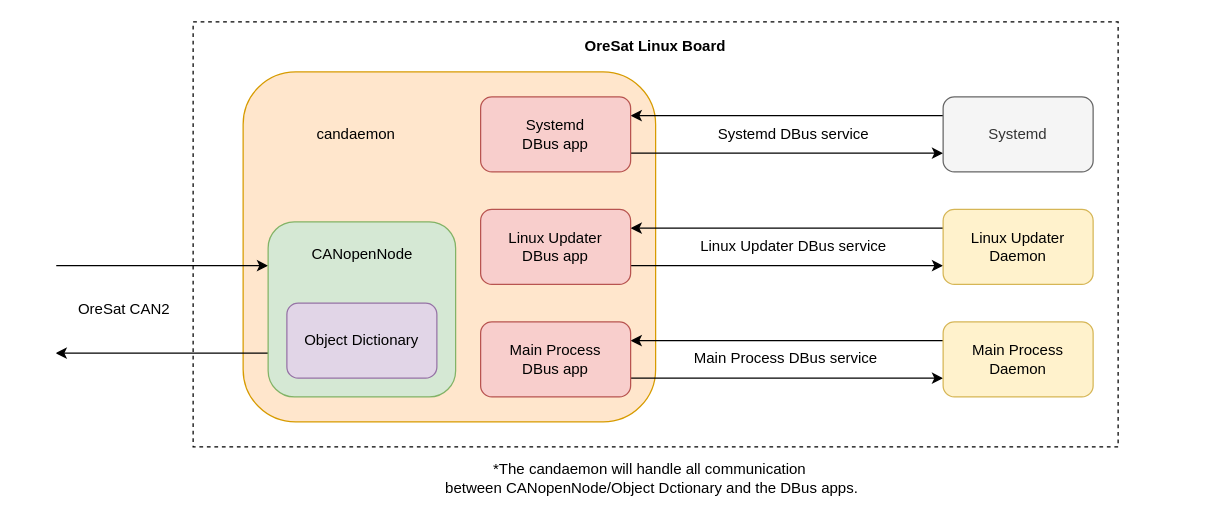
This is docs/OreSatLinuxDiagram.drawio from oresat/oresat-linux-manager, a draw.io file, before an edit. Source tidied: cells renumbered, new cells numbered last; positions are measured from the earlier drawing's top-left corner, leaving out a move shared by most shapes. Both pictures are drawn from the tidied source at 125%, with x=0, y=0 at pixel (30, 21).
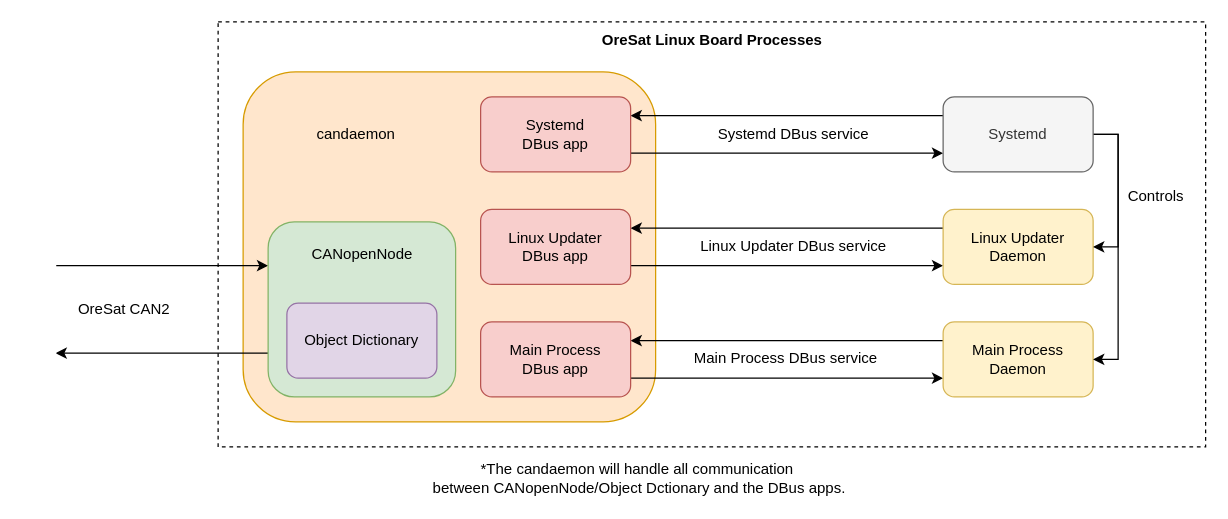
After the change.

The change refers to these unchanged cells:
```xml
<mxCell id="8" value="Linux Updater Daemon" style="rounded=1;whiteSpace=wrap;html=1;fillColor=#fff2cc;strokeColor=#d6b656;" parent="1" vertex="1">
  <mxGeometry x="730" y="150" width="120" height="60" as="geometry" />
</mxCell>
<mxCell id="11" value="Main Process Daemon" style="rounded=1;whiteSpace=wrap;html=1;fillColor=#fff2cc;strokeColor=#d6b656;" parent="1" vertex="1">
  <mxGeometry x="730" y="240" width="120" height="60" as="geometry" />
</mxCell>
<mxCell id="19" value="Systemd" style="rounded=1;whiteSpace=wrap;html=1;fillColor=#f5f5f5;strokeColor=#666666;fontColor=#333333;" parent="1" vertex="1">
  <mxGeometry x="730" y="60" width="120" height="60" as="geometry" />
</mxCell>
```

The edit, as a diff of the source:
```diff
@@
     <mxCell id="2" style="rounded=0;whiteSpace=wrap;html=1;dashed=1;" parent="1" vertex="1">
-      <mxGeometry x="130" width="740" height="340" as="geometry" />
+      <mxGeometry x="150" width="790" height="340" as="geometry" />
     </mxCell>
@@
-    <mxCell id="4" value="&lt;b&gt;OreSat Linux Board&lt;/b&gt;" style="text;html=1;strokeColor=none;fillColor=none;align=center;verticalAlign=middle;whiteSpace=wrap;rounded=0;dashed=1;" parent="1" vertex="1">
-      <mxGeometry x="422" y="10" width="156" height="20" as="geometry" />
+    <mxCell id="4" value="&lt;b&gt;OreSat Linux Board Processes&lt;/b&gt;" style="text;html=1;strokeColor=none;fillColor=none;align=center;verticalAlign=middle;whiteSpace=wrap;rounded=0;dashed=1;" parent="1" vertex="1">
+      <mxGeometry x="433.5" y="10" width="223" height="10" as="geometry" />
     </mxCell>
@@
+    <mxCell id="29" style="edgeStyle=orthogonalEdgeStyle;rounded=0;jettySize=auto;html=1;entryX=1;entryY=0.5;entryDx=0;entryDy=0;exitX=1;exitY=0.5;exitDx=0;exitDy=0;" parent="1" edge="1" source="19" target="11">
+      <mxGeometry relative="1" as="geometry" />
+    </mxCell>
+    <mxCell id="30" style="edgeStyle=orthogonalEdgeStyle;rounded=0;jettySize=auto;html=1;entryX=1;entryY=0.5;entryDx=0;entryDy=0;exitX=1;exitY=0.5;exitDx=0;exitDy=0;" parent="1" edge="1" source="19" target="8">
+      <mxGeometry relative="1" as="geometry" />
+    </mxCell>
@@
     <mxCell id="28" value="*The candaemon will handle all c&lt;span class=&quot;module__title__link&quot;&gt;ommunication&lt;/span&gt;&lt;br&gt;&amp;nbsp;between CANopenNode/Object Dctionary and the DBus apps." style="text;html=1;align=center;verticalAlign=middle;" parent="1" vertex="1">
-      <mxGeometry x="310" y="350" width="370" height="30" as="geometry" />
+      <mxGeometry x="300" y="350" width="370" height="30" as="geometry" />
     </mxCell>
+    <mxCell id="31" value="Controls" style="text;html=1;align=center;verticalAlign=middle;" parent="1" vertex="1">
+      <mxGeometry x="870" y="130" width="60" height="20" as="geometry" />
+    </mxCell>
```
